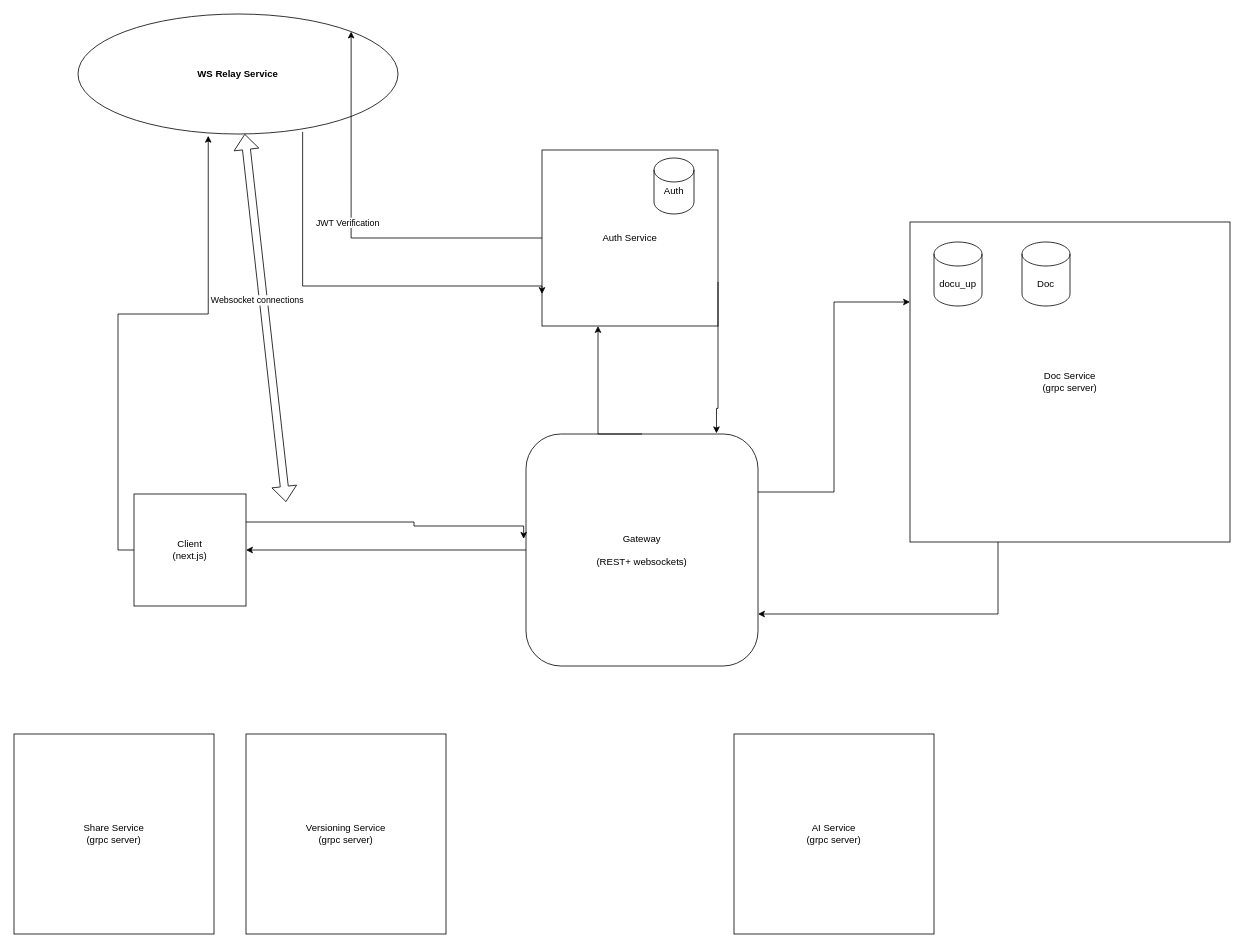
Earlier version of the draw.io diagram architecture.drawio (jsndz/Kairo). Source tidied: cells renumbered, new cells numbered last; positions are measured from the earlier drawing's top-left corner, leaving out a move shared by most shapes. Both pictures are drawn from the tidied source at 80%, with x=0, y=0 at pixel (14, 14).
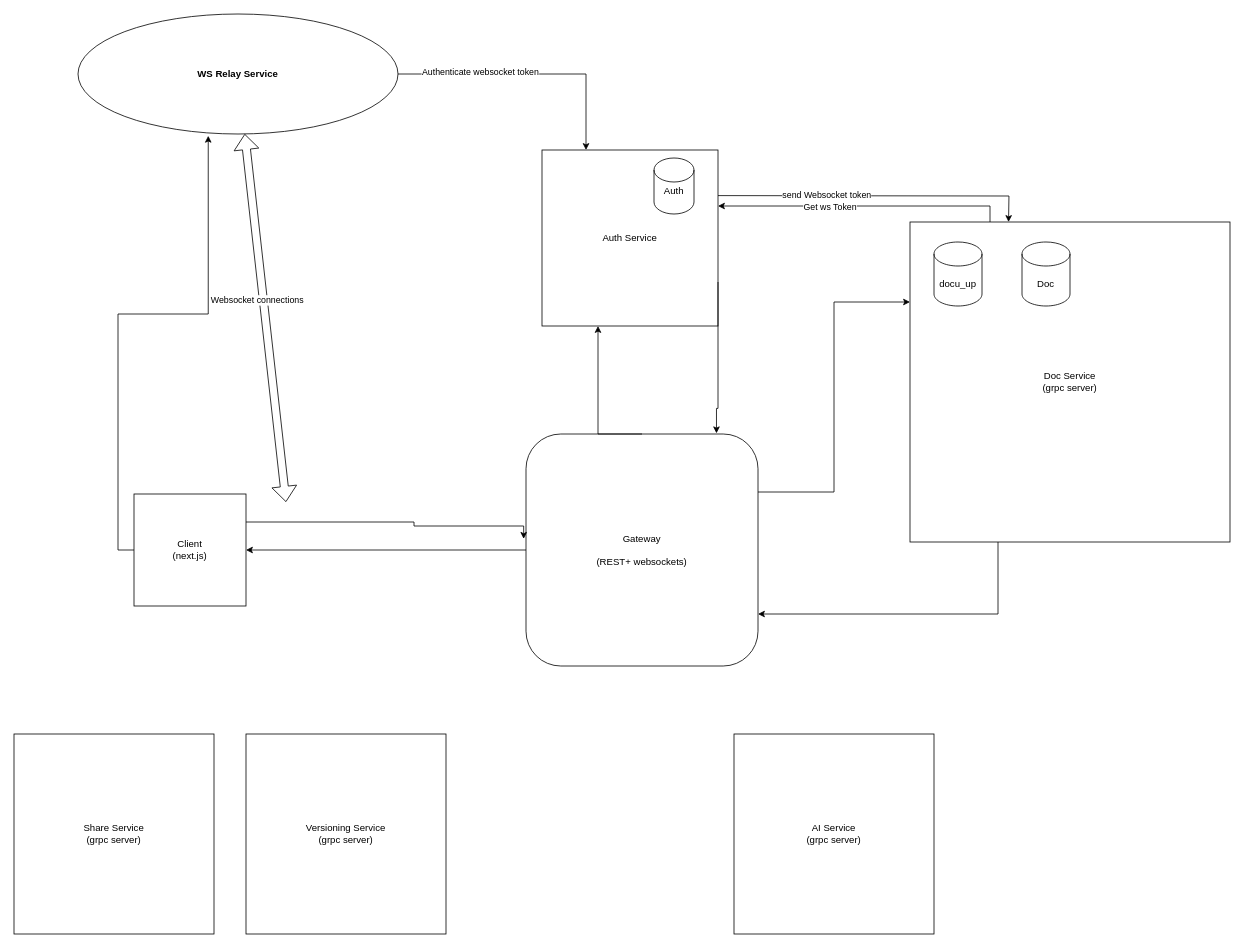
The same diagram, later.

The change refers to these unchanged cells:
```xml
<mxCell id="7" value="Auth Service" style="whiteSpace=wrap;html=1;" parent="1" vertex="1">
  <mxGeometry x="660" y="170" width="220" height="220" as="geometry" />
</mxCell>
<mxCell id="9" value="Doc Service&lt;div&gt;(grpc server)&lt;/div&gt;" style="whiteSpace=wrap;html=1;" parent="1" vertex="1">
  <mxGeometry x="1120" y="260" width="400" height="400" as="geometry" />
</mxCell>
<mxCell id="14" value="&lt;strong&gt;WS Relay Service&lt;/strong&gt;" style="ellipse;whiteSpace=wrap;html=1;" parent="1" vertex="1">
  <mxGeometry x="80" width="400" height="150" as="geometry" />
</mxCell>
```

Diff of the diagram source:
```diff
@@
+    <mxCell id="25" style="edgeStyle=orthogonalEdgeStyle;rounded=0;jettySize=auto;html=1;exitX=0.25;exitY=0;exitDx=0;exitDy=0;" parent="1" edge="1" source="9" target="7">
+      <mxGeometry relative="1" as="geometry">
+        <Array as="points">
+          <mxPoint x="1220" y="240" />
+        </Array>
+      </mxGeometry>
+    </mxCell>
+    <mxCell id="26" value="Get ws Token" style="edgeLabel;html=1;align=center;verticalAlign=middle;" parent="25" vertex="1">
+      <mxGeometry x="0.75" y="1" relative="1" as="geometry">
+        <mxPoint x="94" as="offset" />
+      </mxGeometry>
+    </mxCell>
@@
-    <mxCell id="13" style="edgeStyle=orthogonalEdgeStyle;rounded=0;jettySize=auto;html=1;exitX=0.702;exitY=0.982;exitDx=0;exitDy=0;entryX=0;entryY=0.75;entryDx=0;entryDy=0;exitPerimeter=0;" parent="1" edge="1" source="14">
-      <mxGeometry relative="1" as="geometry">
-        <mxPoint x="660" y="350" as="targetPoint" />
-        <Array as="points">
-          <mxPoint x="361" y="340" />
-          <mxPoint x="660" y="340" />
-        </Array>
-      </mxGeometry>
-    </mxCell>
+    <mxCell id="27" style="edgeStyle=orthogonalEdgeStyle;rounded=0;jettySize=auto;html=1;exitX=1;exitY=0.5;exitDx=0;exitDy=0;entryX=0.25;entryY=0;entryDx=0;entryDy=0;" parent="1" edge="1" source="14" target="7">
+      <mxGeometry relative="1" as="geometry" />
+    </mxCell>
+    <mxCell id="28" value="Authenticate websocket token" style="edgeLabel;html=1;align=center;verticalAlign=middle;" parent="27" vertex="1">
+      <mxGeometry x="-0.38" y="3" relative="1" as="geometry" />
+    </mxCell>
@@
-    <mxCell id="16" style="edgeStyle=orthogonalEdgeStyle;rounded=0;jettySize=auto;html=1;exitX=0;exitY=0.5;exitDx=0;exitDy=0;entryX=1;entryY=0;entryDx=0;entryDy=0;" parent="1" edge="1" source="7" target="14">
-      <mxGeometry relative="1" as="geometry" />
-    </mxCell>
-    <mxCell id="17" value="JWT Verification" style="edgeLabel;html=1;align=center;verticalAlign=middle;" parent="16" vertex="1">
-      <mxGeometry x="0.04" y="5" relative="1" as="geometry" />
-    </mxCell>
@@
+    <mxCell id="29" style="edgeStyle=orthogonalEdgeStyle;rounded=0;orthogonalLoop=1;jettySize=auto;html=1;exitX=1;exitY=0.25;exitDx=0;exitDy=0;entryX=0.308;entryY=-0.005;entryDx=0;entryDy=0;entryPerimeter=0;" parent="1" edge="1">
+      <mxGeometry relative="1" as="geometry">
+        <mxPoint x="880" y="227" as="sourcePoint" />
+        <mxPoint x="1243.2" y="260" as="targetPoint" />
+      </mxGeometry>
+    </mxCell>
+    <mxCell id="30" value="send Websocket token" style="edgeLabel;html=1;align=center;verticalAlign=middle;" parent="29" vertex="1">
+      <mxGeometry x="-0.32" y="2" relative="1" as="geometry" />
+    </mxCell>
```
